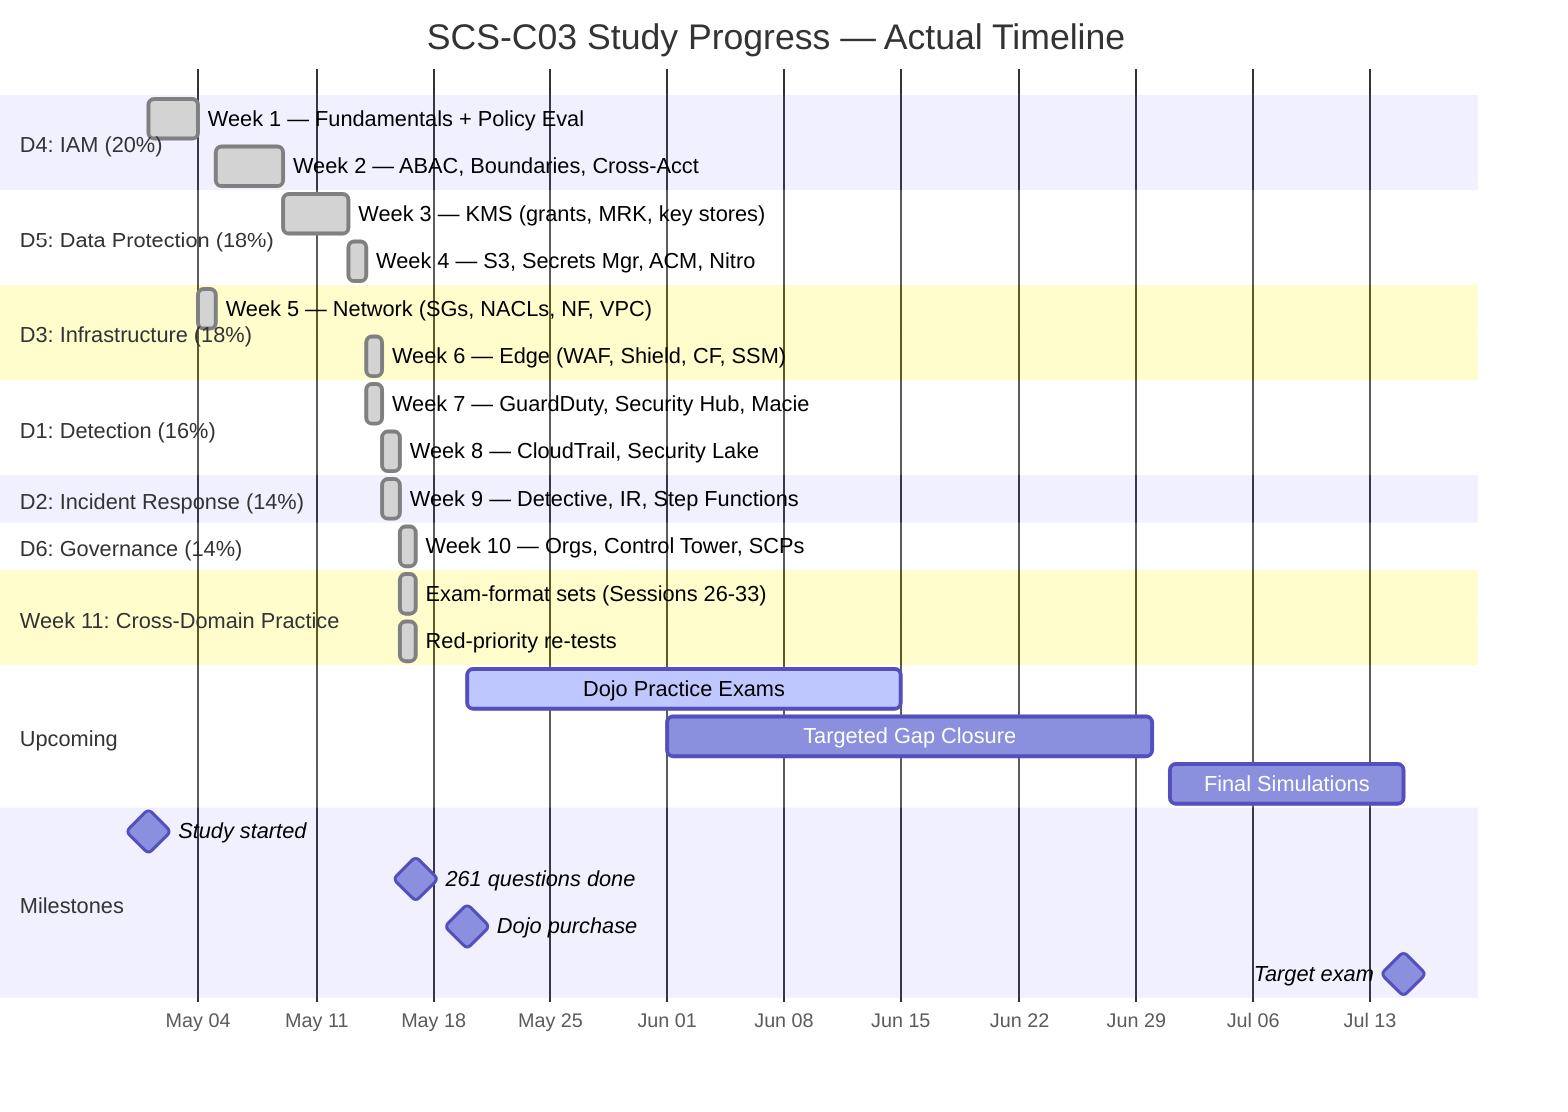
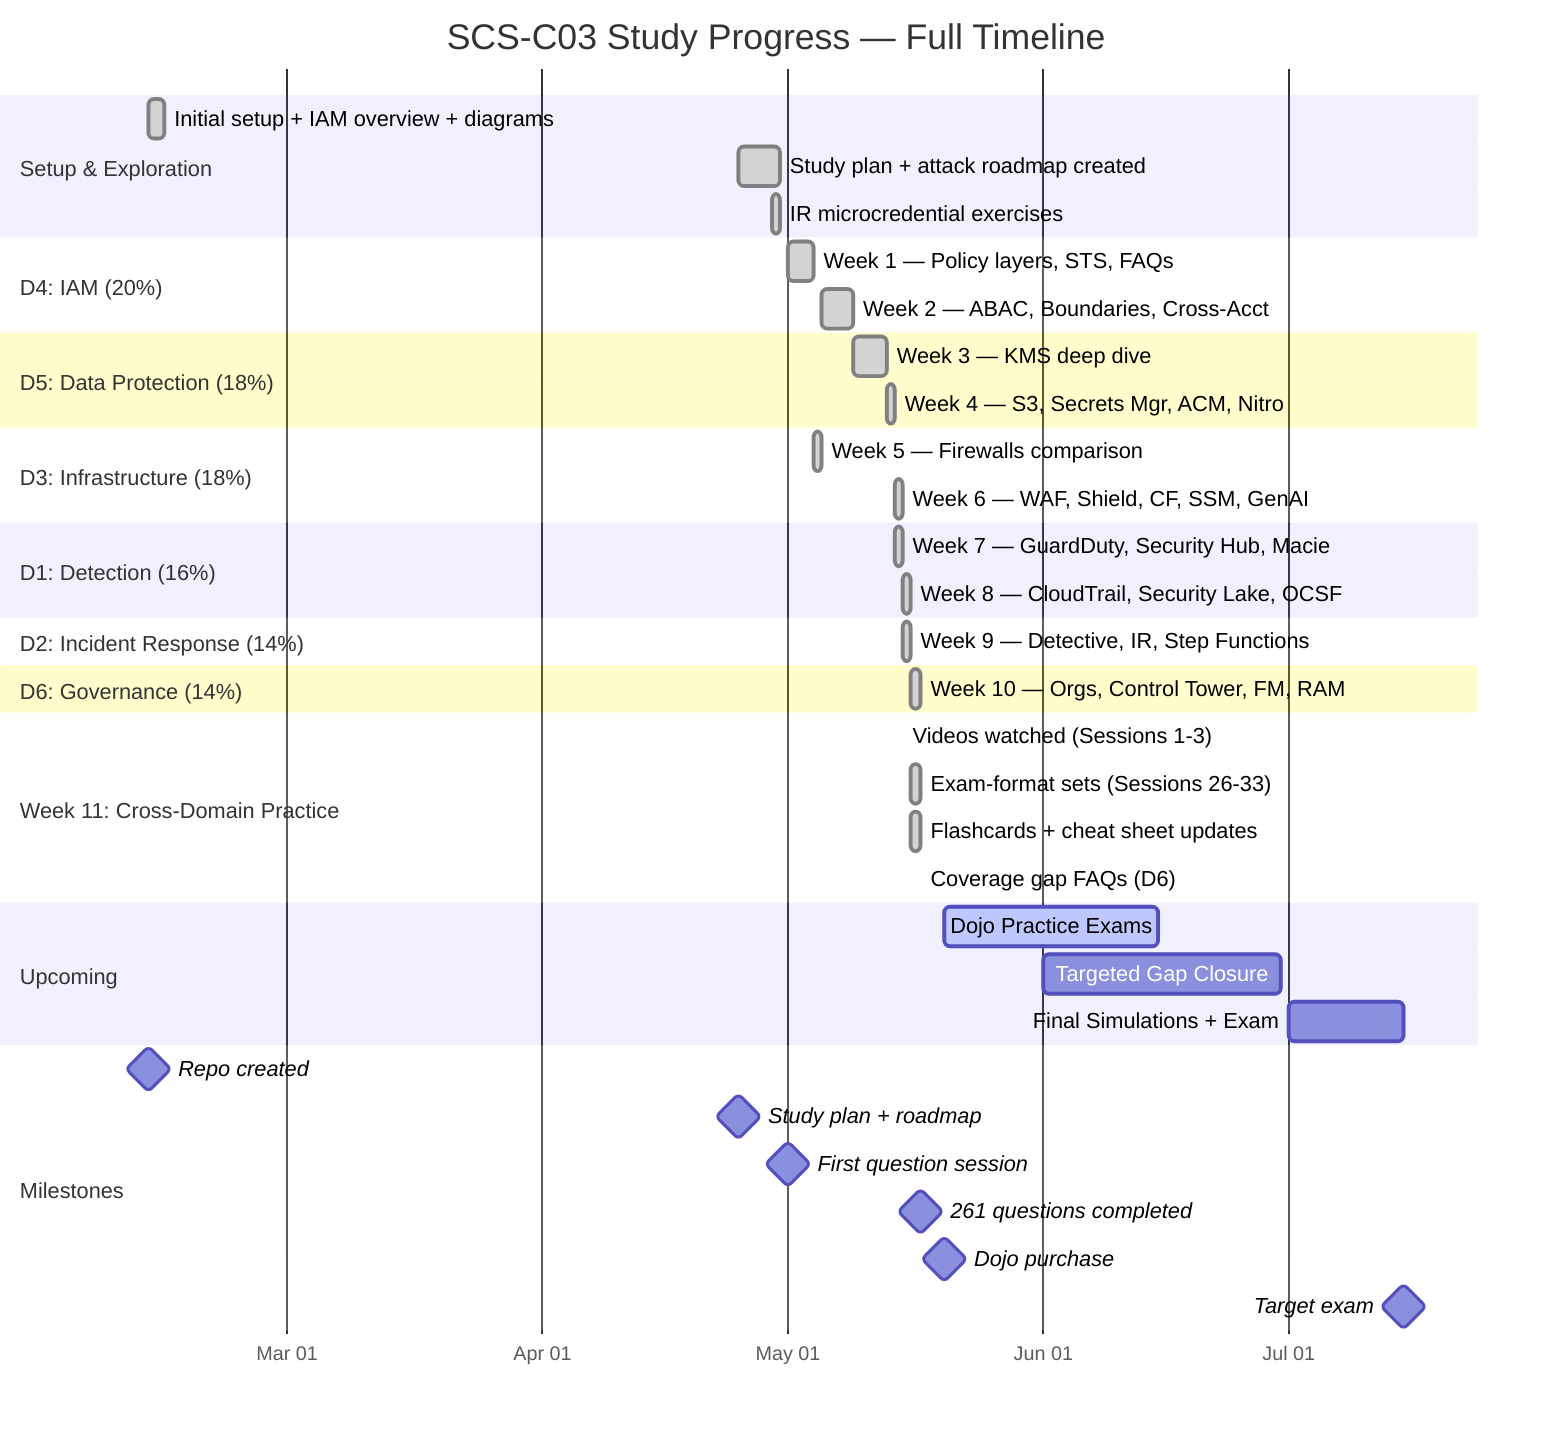
gantt
-     title SCS-C03 Study Progress — Actual Timeline
+     title SCS-C03 Study Progress — Full Timeline
    dateFormat YYYY-MM-DD
    axisFormat %b %d

+     section Setup & Exploration
+     Initial setup + IAM overview + diagrams  :done, setup, 2026-02-12, 2026-02-14
+     Study plan + attack roadmap created      :done, plan, 2026-04-25, 2026-04-30
+     IR microcredential exercises             :done, ir_micro, 2026-04-29, 2026-04-30
+ 
    section D4: IAM (20%)
-     Week 1 — Fundamentals + Policy Eval     :done, w1, 2025-05-01, 2025-05-04
-     Week 2 — ABAC, Boundaries, Cross-Acct   :done, w2, 2025-05-05, 2025-05-09
+     Week 1 — Policy layers, STS, FAQs        :done, w1, 2026-05-01, 2026-05-04
+     Week 2 — ABAC, Boundaries, Cross-Acct    :done, w2, 2026-05-05, 2026-05-09

    section D5: Data Protection (18%)
-     Week 3 — KMS (grants, MRK, key stores)  :done, w3, 2025-05-09, 2025-05-13
-     Week 4 — S3, Secrets Mgr, ACM, Nitro    :done, w4, 2025-05-13, 2025-05-14
+     Week 3 — KMS deep dive                   :done, w3, 2026-05-09, 2026-05-13
+     Week 4 — S3, Secrets Mgr, ACM, Nitro     :done, w4, 2026-05-13, 2026-05-14

    section D3: Infrastructure (18%)
-     Week 5 — Network (SGs, NACLs, NF, VPC)  :done, w5, 2025-05-04, 2025-05-05
-     Week 6 — Edge (WAF, Shield, CF, SSM)    :done, w6, 2025-05-14, 2025-05-15
+     Week 5 — Firewalls comparison            :done, w5, 2026-05-04, 2026-05-05
+     Week 6 — WAF, Shield, CF, SSM, GenAI     :done, w6, 2026-05-14, 2026-05-15

    section D1: Detection (16%)
-     Week 7 — GuardDuty, Security Hub, Macie :done, w7, 2025-05-14, 2025-05-15
-     Week 8 — CloudTrail, Security Lake      :done, w8, 2025-05-15, 2025-05-16
+     Week 7 — GuardDuty, Security Hub, Macie  :done, w7, 2026-05-14, 2026-05-15
+     Week 8 — CloudTrail, Security Lake, OCSF :done, w8, 2026-05-15, 2026-05-16

    section D2: Incident Response (14%)
-     Week 9 — Detective, IR, Step Functions  :done, w9, 2025-05-15, 2025-05-16
+     Week 9 — Detective, IR, Step Functions   :done, w9, 2026-05-15, 2026-05-16

    section D6: Governance (14%)
-     Week 10 — Orgs, Control Tower, SCPs     :done, w10, 2025-05-16, 2025-05-17
+     Week 10 — Orgs, Control Tower, FM, RAM   :done, w10, 2026-05-16, 2026-05-17

    section Week 11: Cross-Domain Practice
-     Exam-format sets (Sessions 26-33)       :done, w11a, 2025-05-16, 2025-05-17
-     Red-priority re-tests                   :done, w11b, 2025-05-16, 2025-05-17
+     Videos watched (Sessions 1-3)            :done, vid, 2026-05-15, 2026-05-15
+     Exam-format sets (Sessions 26-33)        :done, w11a, 2026-05-16, 2026-05-17
+     Flashcards + cheat sheet updates         :done, w11b, 2026-05-16, 2026-05-17
+     Coverage gap FAQs (D6)                   :done, w11c, 2026-05-17, 2026-05-17

    section Upcoming
-     Dojo Practice Exams                     :active, dojo, 2025-05-20, 2025-06-15
-     Targeted Gap Closure                    :gaps, 2025-06-01, 2025-06-30
-     Final Simulations                       :exam, 2025-07-01, 2025-07-15
+     Dojo Practice Exams                      :active, dojo, 2026-05-20, 2026-06-15
+     Targeted Gap Closure                     :gaps, 2026-06-01, 2026-06-30
+     Final Simulations + Exam                 :exam, 2026-07-01, 2026-07-15

    section Milestones
-     Study started                           :milestone, m1, 2025-05-01, 0d
-     261 questions done                      :milestone, m2, 2025-05-17, 0d
-     Dojo purchase                           :milestone, m3, 2025-05-20, 0d
-     Target exam                             :milestone, m4, 2025-07-15, 0d
+     Repo created                             :milestone, m0, 2026-02-12, 0d
+     Study plan + roadmap                     :milestone, m1, 2026-04-25, 0d
+     First question session                   :milestone, m2, 2026-05-01, 0d
+     261 questions completed                  :milestone, m3, 2026-05-17, 0d
+     Dojo purchase                            :milestone, m4, 2026-05-20, 0d
+     Target exam                              :milestone, m5, 2026-07-15, 0d
